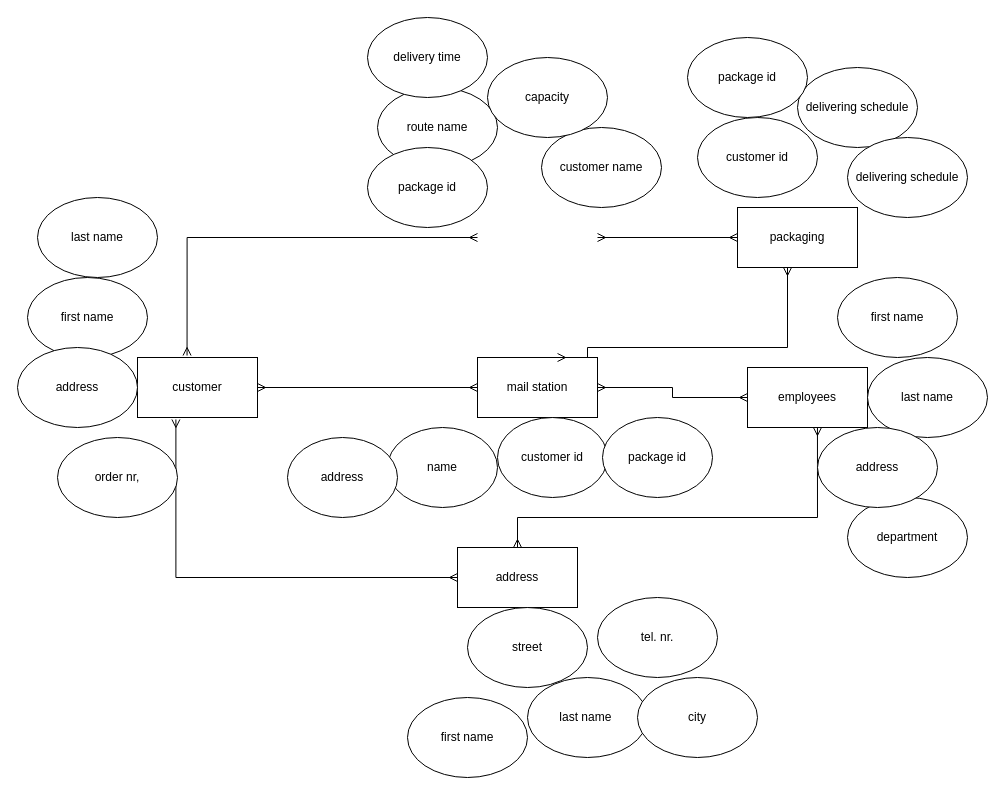
Before: page "Page-1" (1 of 2) of Entity Diagram.drawio in RobertCas84/CF-RobertCastillo-CR-09, a draw.io diagram. Source tidied: cells renumbered, new cells numbered last; positions are measured from the earlier drawing's top-left corner, leaving out a move shared by most shapes. Both pictures are drawn from the tidied source at 100%, with x=0, y=0 at pixel (17, 17).
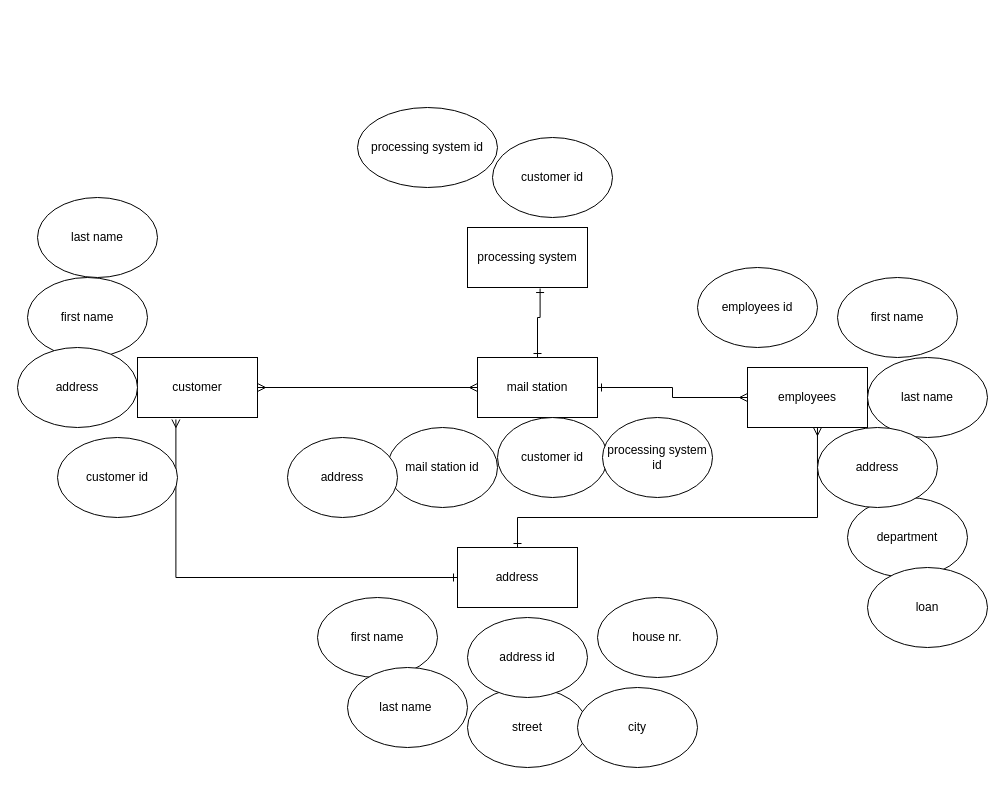
The same page after the edit.

Unchanged cells that the change refers to:
```xml
<mxCell id="2" value="mail station" style="rounded=0;whiteSpace=wrap;html=1;" parent="1" vertex="1">
  <mxGeometry x="460" y="340" width="120" height="60" as="geometry" />
</mxCell>
<mxCell id="5" value="address" style="rounded=0;whiteSpace=wrap;html=1;" parent="1" vertex="1">
  <mxGeometry x="440" y="530" width="120" height="60" as="geometry" />
</mxCell>
<mxCell id="9" value="customer" style="rounded=0;whiteSpace=wrap;html=1;" parent="1" vertex="1">
  <mxGeometry x="120" y="340" width="120" height="60" as="geometry" />
</mxCell>
<mxCell id="11" value="employees" style="rounded=0;whiteSpace=wrap;html=1;" parent="1" vertex="1">
  <mxGeometry x="730" y="350" width="120" height="60" as="geometry" />
</mxCell>
```

The edit, as a diff of the source:
```diff
@@
+    <mxCell id="40" style="edgeStyle=orthogonalEdgeStyle;rounded=0;jettySize=auto;html=1;startArrow=ERone;startFill=0;entryX=0.605;entryY=1.017;entryDx=0;entryDy=0;entryPerimeter=0;endArrow=ERone;endFill=0;" parent="1" edge="1" source="2" target="8">
+      <mxGeometry relative="1" as="geometry">
+        <Array as="points">
+          <mxPoint x="520" y="300" />
+          <mxPoint x="523" y="300" />
+        </Array>
+      </mxGeometry>
+    </mxCell>
@@
-    <mxCell id="3" style="edgeStyle=orthogonalEdgeStyle;rounded=0;jettySize=auto;html=1;startArrow=ERmany;startFill=0;endArrow=ERmany;endFill=0;entryX=0.583;entryY=1;entryDx=0;entryDy=0;entryPerimeter=0;" parent="1" edge="1" source="5" target="11">
+    <mxCell id="3" style="edgeStyle=orthogonalEdgeStyle;rounded=0;jettySize=auto;html=1;startArrow=ERone;startFill=0;endArrow=ERmany;endFill=0;entryX=0.583;entryY=1;entryDx=0;entryDy=0;entryPerimeter=0;" parent="1" edge="1" source="5" target="11">
       <mxGeometry relative="1" as="geometry">
         <Array as="points">
           <mxPoint x="800" y="500" />
         </Array>
       </mxGeometry>
     </mxCell>
-    <mxCell id="4" style="edgeStyle=orthogonalEdgeStyle;rounded=0;jettySize=auto;html=1;entryX=0.32;entryY=1.033;entryDx=0;entryDy=0;entryPerimeter=0;startArrow=ERmany;startFill=0;endArrow=ERmany;endFill=0;" parent="1" edge="1" source="5" target="9">
+    <mxCell id="4" style="edgeStyle=orthogonalEdgeStyle;rounded=0;jettySize=auto;html=1;entryX=0.32;entryY=1.033;entryDx=0;entryDy=0;entryPerimeter=0;startArrow=ERone;startFill=0;endArrow=ERmany;endFill=0;" parent="1" edge="1" source="5" target="9">
       <mxGeometry relative="1" as="geometry" />
     </mxCell>
@@
-    <mxCell id="6" style="edgeStyle=orthogonalEdgeStyle;rounded=0;jettySize=auto;html=1;entryX=1;entryY=0.5;entryDx=0;entryDy=0;startArrow=ERmany;startFill=0;endArrow=ERmany;endFill=0;" parent="1" edge="1" source="8">
-      <mxGeometry relative="1" as="geometry">
-        <mxPoint x="580" y="220" as="targetPoint" />
-      </mxGeometry>
-    </mxCell>
-    <mxCell id="7" style="edgeStyle=orthogonalEdgeStyle;rounded=0;jettySize=auto;html=1;startArrow=ERmany;startFill=0;endArrow=ERmany;endFill=0;entryX=0.667;entryY=0;entryDx=0;entryDy=0;entryPerimeter=0;" parent="1" edge="1" source="8" target="2">
-      <mxGeometry relative="1" as="geometry">
-        <Array as="points">
-          <mxPoint x="770" y="330" />
-          <mxPoint x="570" y="330" />
-        </Array>
-      </mxGeometry>
-    </mxCell>
-    <mxCell id="8" value="packaging" style="rounded=0;whiteSpace=wrap;html=1;" parent="1" vertex="1">
-      <mxGeometry x="720" y="190" width="120" height="60" as="geometry" />
+    <mxCell id="8" value="processing system" style="rounded=0;whiteSpace=wrap;html=1;" parent="1" vertex="1">
+      <mxGeometry x="450" y="210" width="120" height="60" as="geometry" />
     </mxCell>
@@
-    <mxCell id="10" style="edgeStyle=orthogonalEdgeStyle;rounded=0;jettySize=auto;html=1;entryX=0.413;entryY=-0.033;entryDx=0;entryDy=0;entryPerimeter=0;startArrow=ERmany;startFill=0;endArrow=ERmany;endFill=0;" parent="1" edge="1" target="9">
-      <mxGeometry relative="1" as="geometry">
-        <mxPoint x="460" y="220" as="sourcePoint" />
-        <Array as="points">
-          <mxPoint x="170" y="220" />
-        </Array>
-      </mxGeometry>
-    </mxCell>
@@
-    <mxCell id="13" style="edgeStyle=orthogonalEdgeStyle;rounded=0;jettySize=auto;html=1;entryX=0;entryY=0.5;entryDx=0;entryDy=0;startArrow=ERmany;startFill=0;endArrow=ERmany;endFill=0;" parent="1" edge="1" source="2" target="11">
+    <mxCell id="13" style="edgeStyle=orthogonalEdgeStyle;rounded=0;jettySize=auto;html=1;entryX=0;entryY=0.5;entryDx=0;entryDy=0;startArrow=ERone;startFill=0;endArrow=ERmany;endFill=0;" parent="1" edge="1" source="2" target="11">
       <mxGeometry relative="1" as="geometry" />
     </mxCell>
-    <mxCell id="14" value="route name" style="ellipse;whiteSpace=wrap;html=1;" parent="1" vertex="1">
-      <mxGeometry x="360" y="70" width="120" height="80" as="geometry" />
-    </mxCell>
-    <mxCell id="15" value="customer name" style="ellipse;whiteSpace=wrap;html=1;" parent="1" vertex="1">
-      <mxGeometry x="524" y="110" width="120" height="80" as="geometry" />
-    </mxCell>
-    <mxCell id="16" value="capacity" style="ellipse;whiteSpace=wrap;html=1;" parent="1" vertex="1">
-      <mxGeometry x="470" y="40" width="120" height="80" as="geometry" />
-    </mxCell>
     <mxCell id="17" value="customer id" style="ellipse;whiteSpace=wrap;html=1;" parent="1" vertex="1">
-      <mxGeometry x="680" y="100" width="120" height="80" as="geometry" />
+      <mxGeometry x="475" y="120" width="120" height="80" as="geometry" />
     </mxCell>
-    <mxCell id="18" value="delivering schedule" style="ellipse;whiteSpace=wrap;html=1;" parent="1" vertex="1">
-      <mxGeometry x="780" y="50" width="120" height="80" as="geometry" />
-    </mxCell>
-    <mxCell id="19" value="package id" style="ellipse;whiteSpace=wrap;html=1;" parent="1" vertex="1">
-      <mxGeometry x="670" y="20" width="120" height="80" as="geometry" />
+    <mxCell id="19" value="processing system id" style="ellipse;whiteSpace=wrap;html=1;" parent="1" vertex="1">
+      <mxGeometry x="340" y="90" width="140" height="80" as="geometry" />
     </mxCell>
     <mxCell id="20" value="street" style="ellipse;whiteSpace=wrap;html=1;" parent="1" vertex="1">
-      <mxGeometry x="450" y="590" width="120" height="80" as="geometry" />
+      <mxGeometry x="450" y="670" width="120" height="80" as="geometry" />
     </mxCell>
     <mxCell id="21" value="first name" style="ellipse;whiteSpace=wrap;html=1;" parent="1" vertex="1">
-      <mxGeometry x="390" y="680" width="120" height="80" as="geometry" />
+      <mxGeometry x="300" y="580" width="120" height="80" as="geometry" />
     </mxCell>
     <mxCell id="22" value="last name&amp;nbsp;" style="ellipse;whiteSpace=wrap;html=1;" parent="1" vertex="1">
-      <mxGeometry x="510" y="660" width="120" height="80" as="geometry" />
+      <mxGeometry x="330" y="650" width="120" height="80" as="geometry" />
     </mxCell>
     <mxCell id="23" value="city" style="ellipse;whiteSpace=wrap;html=1;" parent="1" vertex="1">
-      <mxGeometry x="620" y="660" width="120" height="80" as="geometry" />
+      <mxGeometry x="560" y="670" width="120" height="80" as="geometry" />
     </mxCell>
-    <mxCell id="24" value="tel. nr." style="ellipse;whiteSpace=wrap;html=1;" parent="1" vertex="1">
+    <mxCell id="24" value="house nr." style="ellipse;whiteSpace=wrap;html=1;" parent="1" vertex="1">
       <mxGeometry x="580" y="580" width="120" height="80" as="geometry" />
     </mxCell>
@@
-    <mxCell id="27" value="order nr," style="ellipse;whiteSpace=wrap;html=1;" parent="1" vertex="1">
+    <mxCell id="27" value="customer id" style="ellipse;whiteSpace=wrap;html=1;" parent="1" vertex="1">
       <mxGeometry x="40" y="420" width="120" height="80" as="geometry" />
     </mxCell>
@@
-    <mxCell id="32" value="name" style="ellipse;whiteSpace=wrap;html=1;" parent="1" vertex="1">
+    <mxCell id="32" value="mail station id" style="ellipse;whiteSpace=wrap;html=1;" parent="1" vertex="1">
       <mxGeometry x="370" y="410" width="110" height="80" as="geometry" />
     </mxCell>
@@
-    <mxCell id="35" value="package id" style="ellipse;whiteSpace=wrap;html=1;" parent="1" vertex="1">
+    <mxCell id="35" value="processing system id" style="ellipse;whiteSpace=wrap;html=1;" parent="1" vertex="1">
       <mxGeometry x="585" y="400" width="110" height="80" as="geometry" />
     </mxCell>
-    <mxCell id="36" value="package id" style="ellipse;whiteSpace=wrap;html=1;" parent="1" vertex="1">
-      <mxGeometry x="350" y="130" width="120" height="80" as="geometry" />
-    </mxCell>
-    <mxCell id="37" value="delivery time" style="ellipse;whiteSpace=wrap;html=1;" parent="1" vertex="1">
-      <mxGeometry x="350" width="120" height="80" as="geometry" />
-    </mxCell>
@@
-    <mxCell id="39" value="delivering schedule" style="ellipse;whiteSpace=wrap;html=1;" parent="1" vertex="1">
-      <mxGeometry x="830" y="120" width="120" height="80" as="geometry" />
-    </mxCell>
+    <mxCell id="41" value="address id" style="ellipse;whiteSpace=wrap;html=1;" parent="1" vertex="1">
+      <mxGeometry x="450" y="600" width="120" height="80" as="geometry" />
+    </mxCell>
+    <mxCell id="42" value="employees id" style="ellipse;whiteSpace=wrap;html=1;" parent="1" vertex="1">
+      <mxGeometry x="680" y="250" width="120" height="80" as="geometry" />
+    </mxCell>
+    <mxCell id="43" value="loan" style="ellipse;whiteSpace=wrap;html=1;" parent="1" vertex="1">
+      <mxGeometry x="850" y="550" width="120" height="80" as="geometry" />
+    </mxCell>
```
